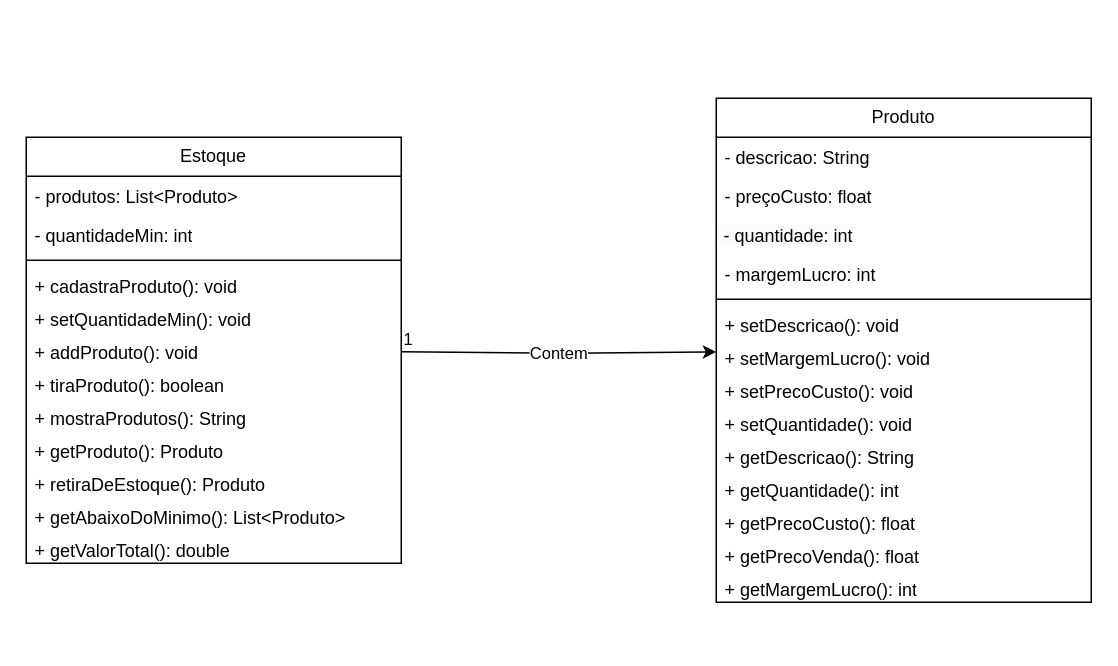
Before: docs/diagramas/Projeto1LPM.drawio in DisciplinasProgramacao/projeto1-grupo-07, a draw.io diagram. Source tidied: cells renumbered, new cells numbered last; positions are measured from the earlier drawing's top-left corner, leaving out a move shared by most shapes. Both pictures are drawn from the tidied source at 150%, with x=0, y=0 at pixel (26, 98).
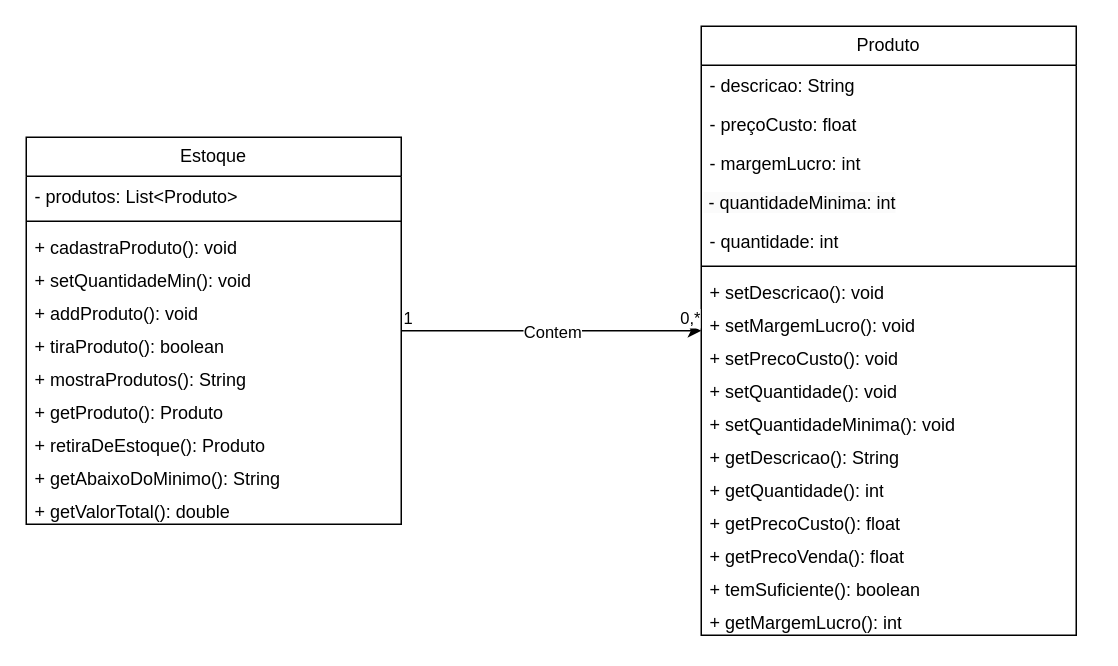
The same page after the edit.

Commit message (it also covers changes not shown here):
diagrama atualizado

The edit, as a diff of the source:
```diff
@@
     <mxCell id="2" value="Produto&lt;br&gt;" style="swimlane;fontStyle=0;horizontal=1;startSize=26;fillColor=none;whiteSpace=wrap;html=1;" parent="1" vertex="1">
-      <mxGeometry x="460" width="250" height="336" as="geometry" />
+      <mxGeometry x="450" y="-48" width="250" height="406" as="geometry" />
     </mxCell>
@@
+    <mxCell id="33" value="- margemLucro: int" style="text;strokeColor=none;fillColor=none;align=left;verticalAlign=top;spacingLeft=4;spacingRight=4;overflow=hidden;whiteSpace=wrap;html=1;" parent="2" vertex="1">
+      <mxGeometry y="78" width="250" height="26" as="geometry" />
+    </mxCell>
-    <mxCell id="5" value="&lt;span style=&quot;color: rgb(0, 0, 0); font-family: Helvetica; font-size: 12px; font-style: normal; font-variant-ligatures: normal; font-variant-caps: normal; font-weight: 400; letter-spacing: normal; orphans: 2; text-align: left; text-indent: 0px; text-transform: none; widows: 2; word-spacing: 0px; -webkit-text-stroke-width: 0px; background-color: rgb(251, 251, 251); text-decoration-thickness: initial; text-decoration-style: initial; text-decoration-color: initial; float: none; display: inline !important;&quot;&gt;&amp;nbsp;- quantidade: int&lt;/span&gt;" style="text;whiteSpace=wrap;html=1;" parent="2" vertex="1">
-      <mxGeometry y="78" width="250" height="26" as="geometry" />
+    <mxCell id="5" value="&lt;span style=&quot;color: rgb(0, 0, 0); font-family: Helvetica; font-size: 12px; font-style: normal; font-variant-ligatures: normal; font-variant-caps: normal; font-weight: 400; letter-spacing: normal; orphans: 2; text-align: left; text-indent: 0px; text-transform: none; widows: 2; word-spacing: 0px; -webkit-text-stroke-width: 0px; background-color: rgb(251, 251, 251); text-decoration-thickness: initial; text-decoration-style: initial; text-decoration-color: initial; float: none; display: inline !important;&quot;&gt;&amp;nbsp;- quantidadeMinima: int&lt;/span&gt;" style="text;whiteSpace=wrap;html=1;" parent="2" vertex="1">
+      <mxGeometry y="104" width="250" height="26" as="geometry" />
     </mxCell>
-    <mxCell id="6" value="- margemLucro: int" style="text;strokeColor=none;fillColor=none;align=left;verticalAlign=top;spacingLeft=4;spacingRight=4;overflow=hidden;whiteSpace=wrap;html=1;" parent="2" vertex="1">
-      <mxGeometry y="104" width="250" height="26" as="geometry" />
+    <mxCell id="6" value="- quantidade: int" style="text;strokeColor=none;fillColor=none;align=left;verticalAlign=top;spacingLeft=4;spacingRight=4;overflow=hidden;whiteSpace=wrap;html=1;" parent="2" vertex="1">
+      <mxGeometry y="130" width="250" height="26" as="geometry" />
     </mxCell>
     <mxCell id="7" style="line;strokeWidth=1;fillColor=none;align=left;verticalAlign=middle;spacingTop=-1;spacingLeft=3;spacingRight=3;labelPosition=right;strokeColor=inherit;" parent="2" vertex="1">
-      <mxGeometry y="130" width="250" height="8" as="geometry" />
+      <mxGeometry y="156" width="250" height="8" as="geometry" />
     </mxCell>
     <mxCell id="8" value="+ setDescricao(): void" style="text;strokeColor=none;fillColor=none;align=left;verticalAlign=top;spacingLeft=4;spacingRight=4;overflow=hidden;whiteSpace=wrap;html=1;" parent="2" vertex="1">
-      <mxGeometry y="138" width="250" height="22" as="geometry" />
+      <mxGeometry y="164" width="250" height="22" as="geometry" />
     </mxCell>
     <mxCell id="9" value="+ setMargemLucro(): void" style="text;strokeColor=none;fillColor=none;align=left;verticalAlign=top;spacingLeft=4;spacingRight=4;overflow=hidden;whiteSpace=wrap;html=1;" parent="2" vertex="1">
-      <mxGeometry y="160" width="250" height="22" as="geometry" />
+      <mxGeometry y="186" width="250" height="22" as="geometry" />
     </mxCell>
     <mxCell id="10" value="+ setPrecoCusto(): void" style="text;strokeColor=none;fillColor=none;align=left;verticalAlign=top;spacingLeft=4;spacingRight=4;overflow=hidden;whiteSpace=wrap;html=1;" parent="2" vertex="1">
-      <mxGeometry y="182" width="250" height="22" as="geometry" />
+      <mxGeometry y="208" width="250" height="22" as="geometry" />
     </mxCell>
     <mxCell id="11" value="+ setQuantidade(): void" style="text;strokeColor=none;fillColor=none;align=left;verticalAlign=top;spacingLeft=4;spacingRight=4;overflow=hidden;whiteSpace=wrap;html=1;" parent="2" vertex="1">
-      <mxGeometry y="204" width="250" height="22" as="geometry" />
+      <mxGeometry y="230" width="250" height="22" as="geometry" />
     </mxCell>
+    <mxCell id="34" value="+ setQuantidadeMinima(): void" style="text;strokeColor=none;fillColor=none;align=left;verticalAlign=top;spacingLeft=4;spacingRight=4;overflow=hidden;whiteSpace=wrap;html=1;" parent="2" vertex="1">
+      <mxGeometry y="252" width="250" height="22" as="geometry" />
+    </mxCell>
     <mxCell id="12" value="+ getDescricao(): String" style="text;strokeColor=none;fillColor=none;align=left;verticalAlign=top;spacingLeft=4;spacingRight=4;overflow=hidden;whiteSpace=wrap;html=1;" parent="2" vertex="1">
-      <mxGeometry y="226" width="250" height="22" as="geometry" />
+      <mxGeometry y="274" width="250" height="22" as="geometry" />
     </mxCell>
     <mxCell id="13" value="+ getQuantidade(): int" style="text;strokeColor=none;fillColor=none;align=left;verticalAlign=top;spacingLeft=4;spacingRight=4;overflow=hidden;whiteSpace=wrap;html=1;" parent="2" vertex="1">
-      <mxGeometry y="248" width="250" height="22" as="geometry" />
+      <mxGeometry y="296" width="250" height="22" as="geometry" />
     </mxCell>
     <mxCell id="14" value="+ getPrecoCusto(): float" style="text;strokeColor=none;fillColor=none;align=left;verticalAlign=top;spacingLeft=4;spacingRight=4;overflow=hidden;whiteSpace=wrap;html=1;" parent="2" vertex="1">
-      <mxGeometry y="270" width="250" height="22" as="geometry" />
+      <mxGeometry y="318" width="250" height="22" as="geometry" />
     </mxCell>
     <mxCell id="15" value="+ getPrecoVenda(): float" style="text;strokeColor=none;fillColor=none;align=left;verticalAlign=top;spacingLeft=4;spacingRight=4;overflow=hidden;whiteSpace=wrap;html=1;" parent="2" vertex="1">
-      <mxGeometry y="292" width="250" height="22" as="geometry" />
+      <mxGeometry y="340" width="250" height="22" as="geometry" />
     </mxCell>
+    <mxCell id="35" value="+ temSuficiente(): boolean" style="text;strokeColor=none;fillColor=none;align=left;verticalAlign=top;spacingLeft=4;spacingRight=4;overflow=hidden;whiteSpace=wrap;html=1;" parent="2" vertex="1">
+      <mxGeometry y="362" width="250" height="22" as="geometry" />
+    </mxCell>
     <mxCell id="16" value="+ getMargemLucro(): int" style="text;strokeColor=none;fillColor=none;align=left;verticalAlign=top;spacingLeft=4;spacingRight=4;overflow=hidden;whiteSpace=wrap;html=1;" parent="2" vertex="1">
-      <mxGeometry y="314" width="250" height="22" as="geometry" />
+      <mxGeometry y="384" width="250" height="22" as="geometry" />
     </mxCell>
     <mxCell id="17" value="Estoque" style="swimlane;fontStyle=0;horizontal=1;startSize=26;fillColor=none;whiteSpace=wrap;html=1;" parent="1" vertex="1">
-      <mxGeometry y="26" width="250" height="284" as="geometry" />
+      <mxGeometry y="26" width="250" height="258" as="geometry" />
     </mxCell>
@@
-    <mxCell id="19" value="- quantidadeMin: int" style="text;strokeColor=none;fillColor=none;align=left;verticalAlign=top;spacingLeft=4;spacingRight=4;overflow=hidden;whiteSpace=wrap;html=1;" parent="17" vertex="1">
-      <mxGeometry y="52" width="250" height="26" as="geometry" />
-    </mxCell>
     <mxCell id="20" style="line;strokeWidth=1;fillColor=none;align=left;verticalAlign=middle;spacingTop=-1;spacingLeft=3;spacingRight=3;labelPosition=right;strokeColor=inherit;" parent="17" vertex="1">
-      <mxGeometry y="78" width="250" height="8" as="geometry" />
+      <mxGeometry y="52" width="250" height="8" as="geometry" />
     </mxCell>
     <mxCell id="21" value="+ cadastraProduto(): void" style="text;strokeColor=none;fillColor=none;align=left;verticalAlign=top;spacingLeft=4;spacingRight=4;overflow=hidden;whiteSpace=wrap;html=1;" parent="17" vertex="1">
-      <mxGeometry y="86" width="250" height="22" as="geometry" />
+      <mxGeometry y="60" width="250" height="22" as="geometry" />
     </mxCell>
     <mxCell id="22" value="+ setQuantidadeMin(): void" style="text;strokeColor=none;fillColor=none;align=left;verticalAlign=top;spacingLeft=4;spacingRight=4;overflow=hidden;whiteSpace=wrap;html=1;" parent="17" vertex="1">
-      <mxGeometry y="108" width="250" height="22" as="geometry" />
+      <mxGeometry y="82" width="250" height="22" as="geometry" />
     </mxCell>
     <mxCell id="23" value="+ addProduto(): void" style="text;strokeColor=none;fillColor=none;align=left;verticalAlign=top;spacingLeft=4;spacingRight=4;overflow=hidden;whiteSpace=wrap;html=1;" parent="17" vertex="1">
-      <mxGeometry y="130" width="250" height="22" as="geometry" />
+      <mxGeometry y="104" width="250" height="22" as="geometry" />
     </mxCell>
     <mxCell id="24" value="+ tiraProduto(): boolean" style="text;strokeColor=none;fillColor=none;align=left;verticalAlign=top;spacingLeft=4;spacingRight=4;overflow=hidden;whiteSpace=wrap;html=1;" parent="17" vertex="1">
-      <mxGeometry y="152" width="250" height="22" as="geometry" />
+      <mxGeometry y="126" width="250" height="22" as="geometry" />
     </mxCell>
     <mxCell id="25" value="+ mostraProdutos(): String&lt;br&gt;" style="text;strokeColor=none;fillColor=none;align=left;verticalAlign=top;spacingLeft=4;spacingRight=4;overflow=hidden;whiteSpace=wrap;html=1;" parent="17" vertex="1">
-      <mxGeometry y="174" width="250" height="22" as="geometry" />
+      <mxGeometry y="148" width="250" height="22" as="geometry" />
     </mxCell>
     <mxCell id="26" value="+ getProduto(): Produto" style="text;strokeColor=none;fillColor=none;align=left;verticalAlign=top;spacingLeft=4;spacingRight=4;overflow=hidden;whiteSpace=wrap;html=1;" parent="17" vertex="1">
-      <mxGeometry y="196" width="250" height="22" as="geometry" />
+      <mxGeometry y="170" width="250" height="22" as="geometry" />
     </mxCell>
     <mxCell id="27" value="+ retiraDeEstoque(): Produto" style="text;strokeColor=none;fillColor=none;align=left;verticalAlign=top;spacingLeft=4;spacingRight=4;overflow=hidden;whiteSpace=wrap;html=1;" parent="17" vertex="1">
-      <mxGeometry y="218" width="250" height="22" as="geometry" />
+      <mxGeometry y="192" width="250" height="22" as="geometry" />
     </mxCell>
-    <mxCell id="28" value="+ getAbaixoDoMinimo(): List&amp;lt;Produto&amp;gt;" style="text;strokeColor=none;fillColor=none;align=left;verticalAlign=top;spacingLeft=4;spacingRight=4;overflow=hidden;whiteSpace=wrap;html=1;" parent="17" vertex="1">
-      <mxGeometry y="240" width="250" height="22" as="geometry" />
+    <mxCell id="28" value="+ getAbaixoDoMinimo(): String" style="text;strokeColor=none;fillColor=none;align=left;verticalAlign=top;spacingLeft=4;spacingRight=4;overflow=hidden;whiteSpace=wrap;html=1;" parent="17" vertex="1">
+      <mxGeometry y="214" width="250" height="22" as="geometry" />
     </mxCell>
     <mxCell id="29" value="+ getValorTotal(): double" style="text;strokeColor=none;fillColor=none;align=left;verticalAlign=top;spacingLeft=4;spacingRight=4;overflow=hidden;whiteSpace=wrap;html=1;" parent="17" vertex="1">
-      <mxGeometry y="262" width="250" height="22" as="geometry" />
+      <mxGeometry y="236" width="250" height="22" as="geometry" />
     </mxCell>
     <mxCell id="30" style="endArrow=classic;html=1;rounded=0;" parent="1" edge="1" source="17" target="2">
-      <mxGeometry relative="1" as="geometry">
-        <Array as="points">
-          <mxPoint x="360" y="170" />
-        </Array>
-      </mxGeometry>
+      <mxGeometry relative="1" as="geometry" />
     </mxCell>
@@
+    <mxCell id="36" value="0,*" style="edgeLabel;html=1;align=right;verticalAlign=bottom;" parent="30" vertex="1">
+      <mxGeometry x="1" relative="1" as="geometry" />
+    </mxCell>
```
